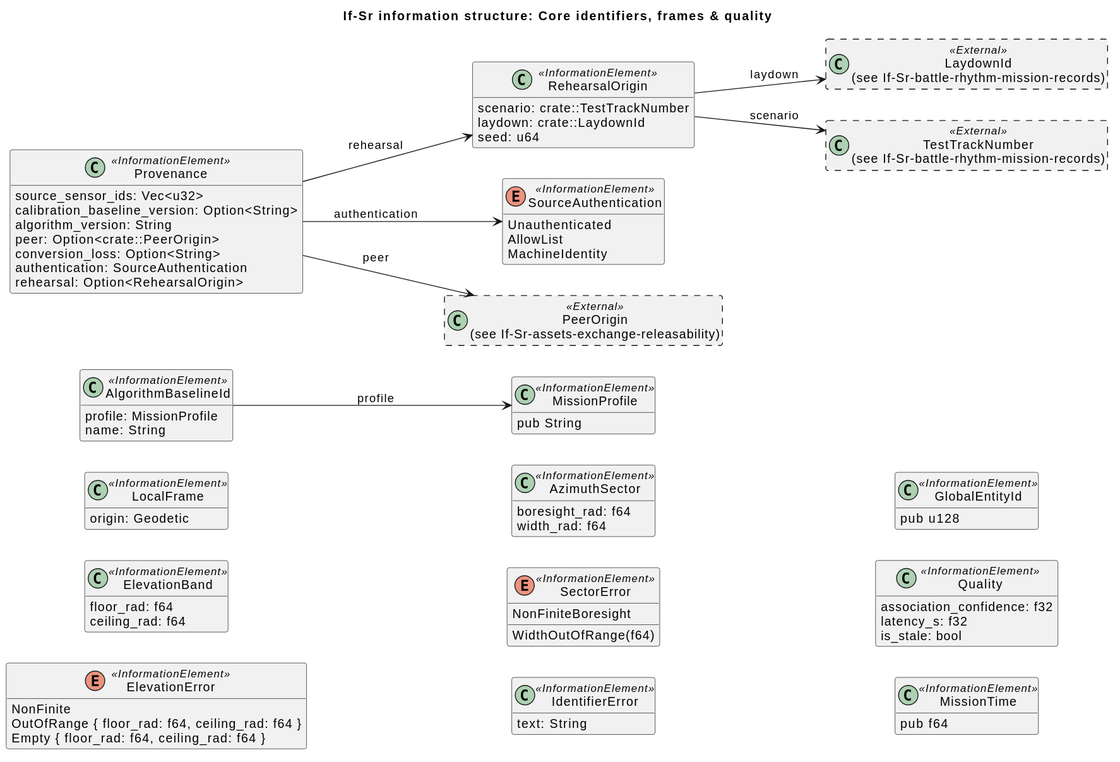
Above: docs/architecture/uaf/rendered/information/If-Sr-core-identifiers-frames-quality.svg in WayneRoessling/gungnir (PlantUML), before the change.
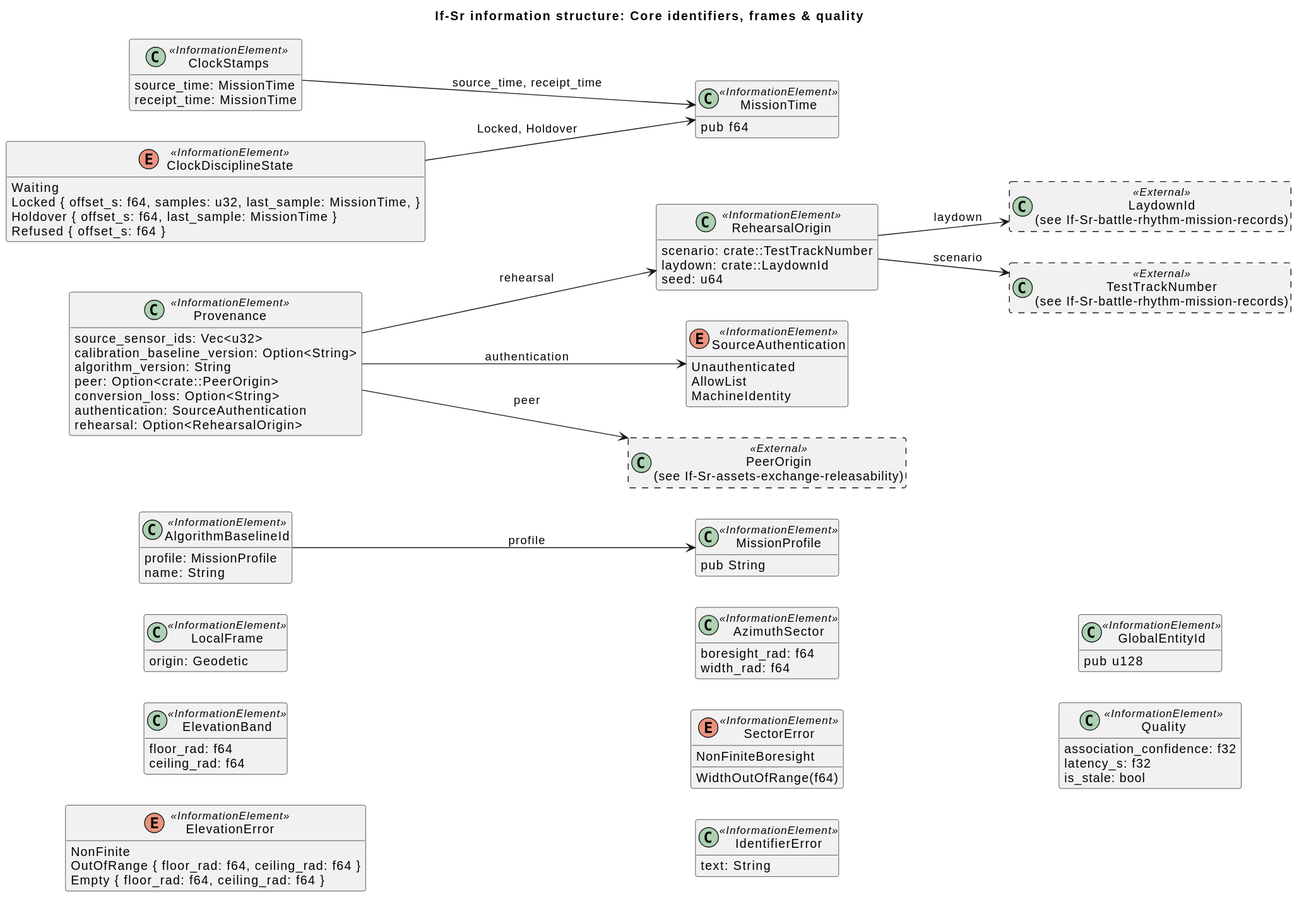
Above is the later version.

The edit, as a diff of the source:
```diff
@@ -63,6 +63,16 @@
 class "MissionTime" as MissionTime <<InformationElement>> {
   pub f64
 }
+class "ClockStamps" as ClockStamps <<InformationElement>> {
+  source_time: MissionTime
+  receipt_time: MissionTime
+}
+enum "ClockDisciplineState" as ClockDisciplineState <<InformationElement>> {
+  Waiting
+  Locked { offset_s: f64, samples: u32, last_sample: MissionTime, }
+  Holdover { offset_s: f64, last_sample: MissionTime }
+  Refused { offset_s: f64 }
+}
 class "LaydownId\n(see If-Sr-battle-rhythm-mission-records)" as LaydownId <<External>> #line.dashed {
 }
 class "PeerOrigin\n(see If-Sr-assets-exchange-releasability)" as PeerOrigin <<External>> #line.dashed {
@@ -75,4 +85,6 @@
 Provenance --> SourceAuthentication : authentication
 RehearsalOrigin --> LaydownId : laydown
 RehearsalOrigin --> TestTrackNumber : scenario
+ClockStamps --> MissionTime : source_time, receipt_time
+ClockDisciplineState --> MissionTime : Locked, Holdover
 @enduml
```
